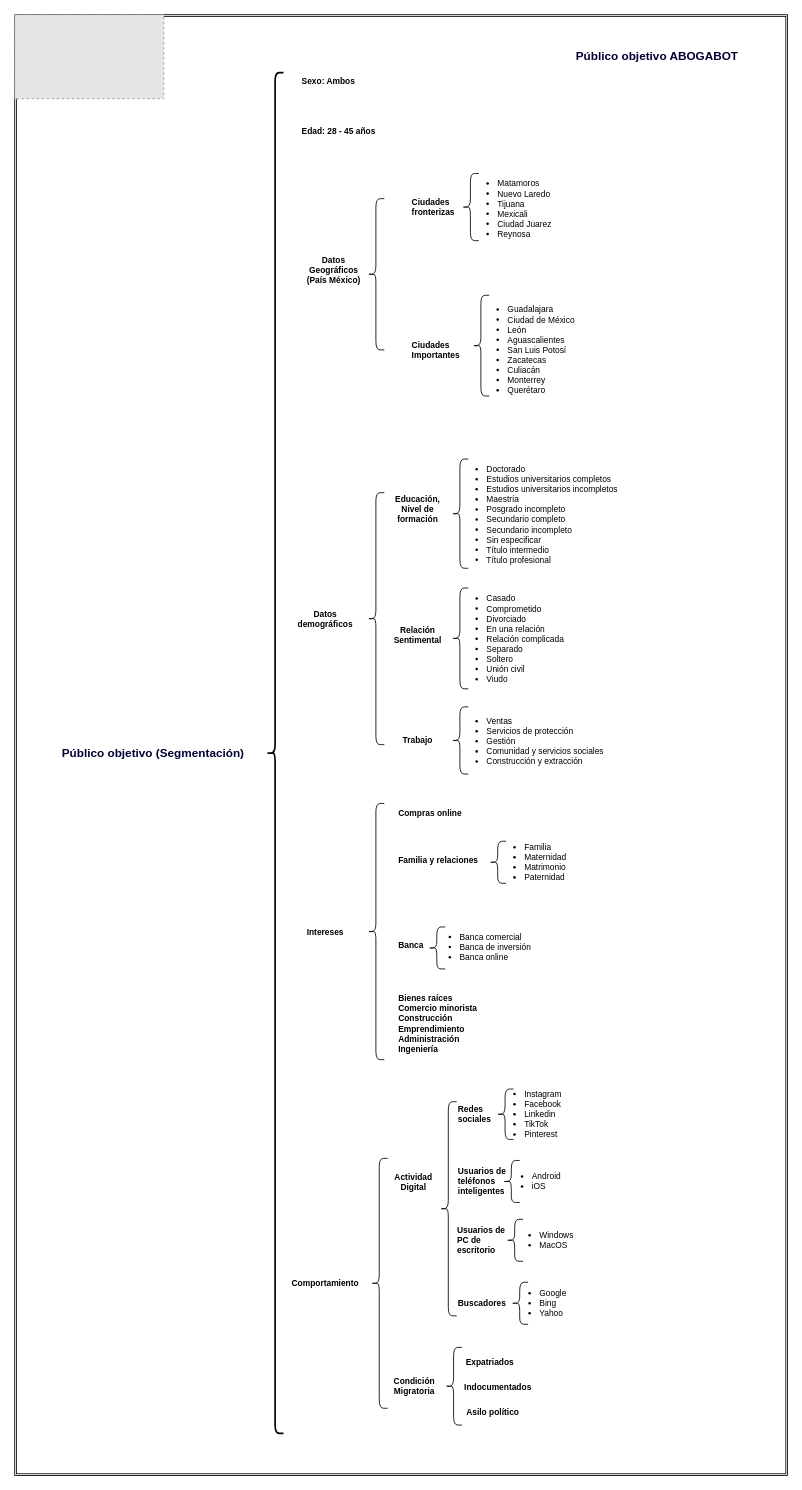
Earlier version of the draw.io diagram semana 1/3-Publico-Objetivo/publico-objetivo.drawio (MauricioHernandez90/mision-fronted). Source tidied: cells renumbered, new cells numbered last; positions are measured from the earlier drawing's top-left corner, leaving out a move shared by most shapes. Both pictures are drawn from the tidied source at 84%, with x=0, y=0 at pixel (14, 14). Pictures stored in the file or linked from it are replaced by grey dashed boxes.
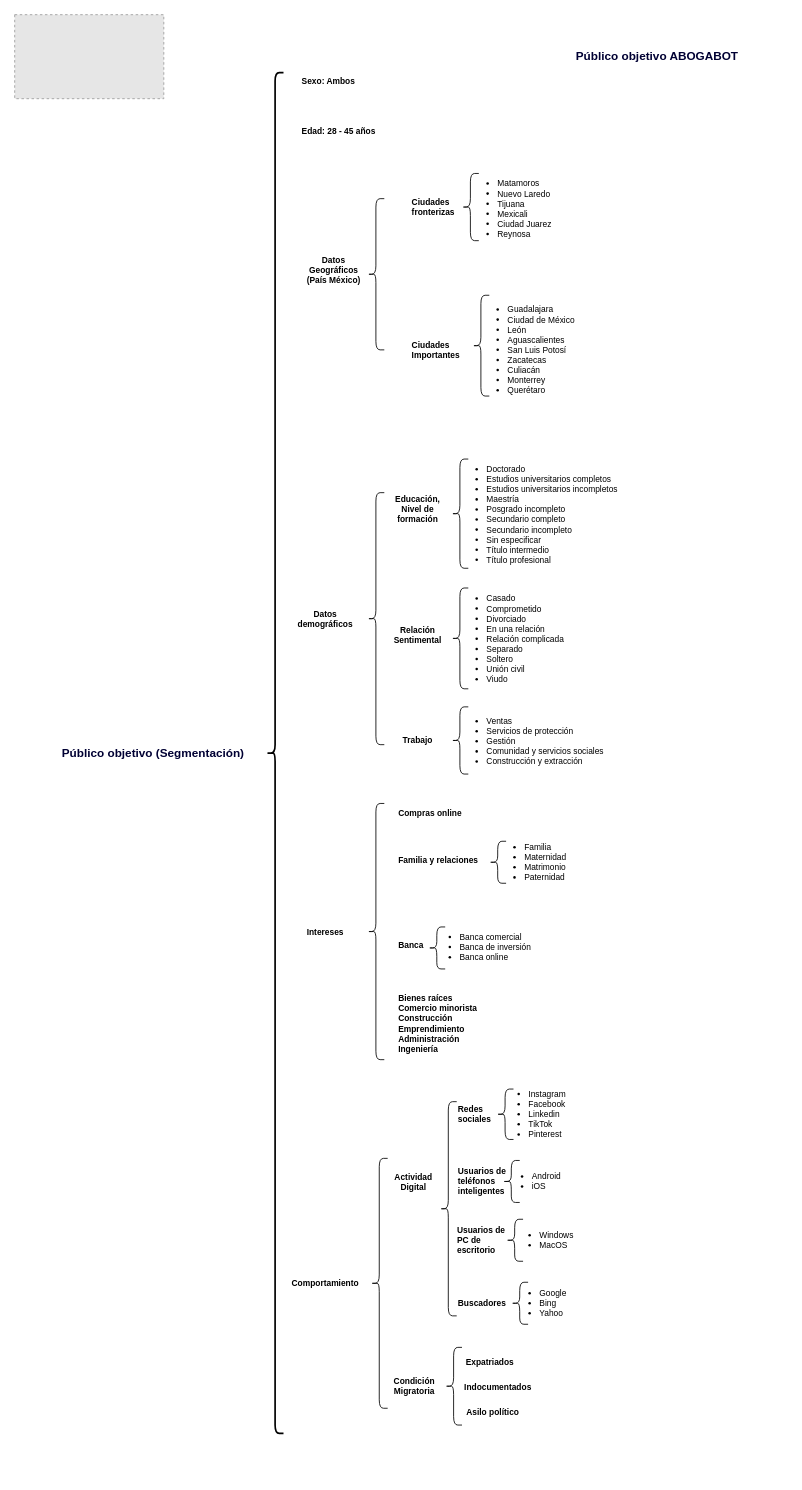
The same page after the edit.

Commit message (it also covers changes not shown here):
Actualizando Público objetivo

Change to the diagram source:
```diff
@@
-    <mxCell id="2" style="shape=ext;double=1;rounded=0;whiteSpace=wrap;html=1;fontSize=10;strokeWidth=1;fontColor=#000033;" parent="1" vertex="1">
+    <mxCell id="2" style="shape=ext;double=1;rounded=0;whiteSpace=wrap;html=1;fontSize=10;strokeWidth=1;fontColor=#000033;strokeColor=#FFFFFF;" parent="1" vertex="1">
       <mxGeometry width="920" height="1739" as="geometry" />
     </mxCell>
@@
     <mxCell id="28" value="&lt;ul&gt;&lt;li&gt;Instagram&lt;/li&gt;&lt;li&gt;Facebook&lt;/li&gt;&lt;li&gt;Linkedin&lt;/li&gt;&lt;li&gt;TikTok&lt;/li&gt;&lt;li&gt;Pinterest&lt;/li&gt;&lt;/ul&gt;" style="text;html=1;strokeColor=none;fillColor=none;align=left;verticalAlign=middle;whiteSpace=wrap;rounded=0;fontStyle=0;fontSize=10;" parent="1" vertex="1">
-      <mxGeometry x="565" y="1279" width="117.5" height="60" as="geometry" />
+      <mxGeometry x="570" y="1279" width="117.5" height="60" as="geometry" />
     </mxCell>
```
